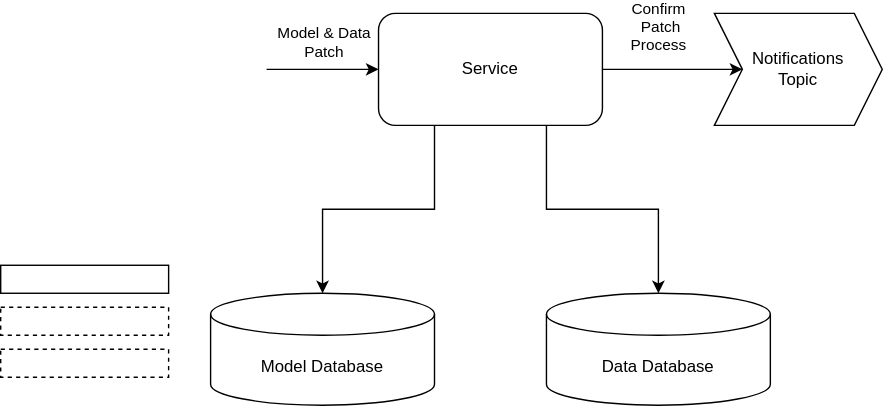
Above: architecture-overview.svg in YuriyGorvitovskiy/state-patch-sql (draw.io), before the change. Source tidied: cells renumbered, new cells last; positions are measured from the earlier drawing's top-left corner, leaving out a move shared by most shapes. Its diagram source:
```xml
<mxGraphModel>
  <root>
    <mxCell id="0" />
    <mxCell id="1" parent="0" />
    <mxCell id="2" value="Data Database" style="shape=cylinder3;whiteSpace=wrap;html=1;boundedLbl=1;backgroundOutline=1;size=15;" parent="1" vertex="1">
      <mxGeometry x="390" y="200" width="160" height="80" as="geometry" />
    </mxCell>
    <mxCell id="3" style="edgeStyle=orthogonalEdgeStyle;rounded=0;jettySize=auto;html=1;exitX=0.25;exitY=1;exitDx=0;exitDy=0;" parent="1" edge="1" source="6" target="10">
      <mxGeometry relative="1" as="geometry" />
    </mxCell>
    <mxCell id="4" style="edgeStyle=orthogonalEdgeStyle;rounded=0;jettySize=auto;html=1;exitX=0.75;exitY=1;exitDx=0;exitDy=0;entryX=0.5;entryY=0;entryDx=0;entryDy=0;entryPerimeter=0;" parent="1" edge="1" source="6" target="2">
      <mxGeometry relative="1" as="geometry" />
    </mxCell>
    <mxCell id="5" value="Confirm&lt;br&gt;&amp;nbsp;Patch &lt;br&gt;Process" style="edgeStyle=orthogonalEdgeStyle;rounded=0;jettySize=auto;html=1;exitX=1;exitY=0.5;exitDx=0;exitDy=0;entryX=0;entryY=0.5;entryDx=0;entryDy=0;" parent="1" edge="1" source="6" target="9">
      <mxGeometry x="-0.2" y="30" relative="1" as="geometry">
        <Array as="points">
          <mxPoint x="480" y="40" />
          <mxPoint x="480" y="40" />
        </Array>
      </mxGeometry>
    </mxCell>
    <mxCell id="6" value="Service" style="rounded=1;whiteSpace=wrap;html=1;" parent="1" vertex="1">
      <mxGeometry x="270" width="160" height="80" as="geometry" />
    </mxCell>
    <mxCell id="7" style="edgeStyle=orthogonalEdgeStyle;rounded=0;jettySize=auto;html=1;exitX=1;exitY=0.5;exitDx=0;exitDy=0;entryX=0;entryY=0.5;entryDx=0;entryDy=0;" parent="1" edge="1" target="6">
      <mxGeometry relative="1" as="geometry">
        <mxPoint x="190" y="40" as="sourcePoint" />
      </mxGeometry>
    </mxCell>
    <mxCell id="8" value="Model &amp;amp; Data&lt;br&gt;Patch" style="edgeLabel;html=1;align=center;verticalAlign=middle;" parent="7" vertex="1">
      <mxGeometry y="-4" relative="1" as="geometry">
        <mxPoint y="-24" as="offset" />
      </mxGeometry>
    </mxCell>
    <mxCell id="9" value="Notifications&lt;br&gt;Topic" style="shape=step;perimeter=stepPerimeter;whiteSpace=wrap;html=1;fixedSize=1;" parent="1" vertex="1">
      <mxGeometry x="510" width="120" height="80" as="geometry" />
    </mxCell>
    <mxCell id="10" value="Model Database" style="shape=cylinder3;whiteSpace=wrap;html=1;boundedLbl=1;backgroundOutline=1;size=15;" parent="1" vertex="1">
      <mxGeometry x="150" y="200" width="160" height="80" as="geometry" />
    </mxCell>
    <mxCell id="11" style="group;" parent="1" vertex="1">
      <mxGeometry y="180" width="120" height="80" as="geometry" />
    </mxCell>
    <mxCell id="12" style="rounded=0;whiteSpace=wrap;html=1;" parent="11" vertex="1">
      <mxGeometry width="120" height="20" as="geometry" />
    </mxCell>
    <mxCell id="13" style="rounded=0;whiteSpace=wrap;html=1;dashed=1;" parent="11" vertex="1">
      <mxGeometry y="30" width="120" height="20" as="geometry" />
    </mxCell>
    <mxCell id="14" style="rounded=0;whiteSpace=wrap;html=1;dashed=1;" parent="11" vertex="1">
      <mxGeometry y="60" width="120" height="20" as="geometry" />
    </mxCell>
  </root>
</mxGraphModel>
```
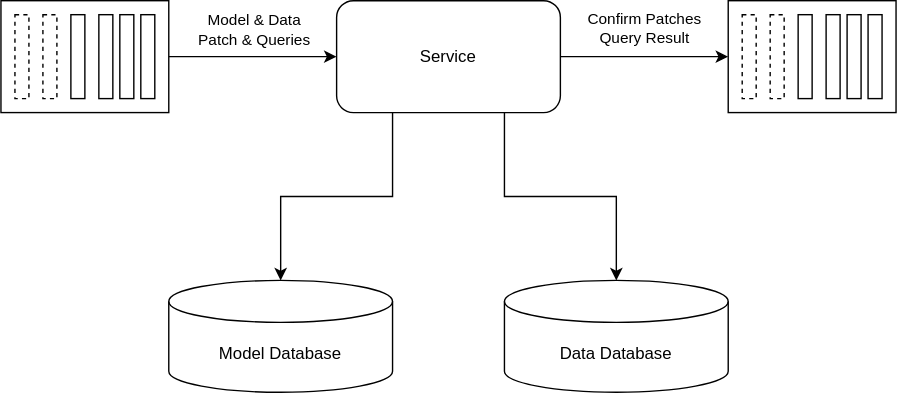
The same file after the commit.

Change to the diagram source:
```diff
@@ -11,44 +11,70 @@
     <mxCell id="4" style="edgeStyle=orthogonalEdgeStyle;rounded=0;jettySize=auto;html=1;exitX=0.75;exitY=1;exitDx=0;exitDy=0;entryX=0.5;entryY=0;entryDx=0;entryDy=0;entryPerimeter=0;" parent="1" edge="1" source="6" target="2">
       <mxGeometry relative="1" as="geometry" />
     </mxCell>
-    <mxCell id="5" value="Confirm&lt;br&gt;&amp;nbsp;Patch &lt;br&gt;Process" style="edgeStyle=orthogonalEdgeStyle;rounded=0;jettySize=auto;html=1;exitX=1;exitY=0.5;exitDx=0;exitDy=0;entryX=0;entryY=0.5;entryDx=0;entryDy=0;" parent="1" edge="1" source="6" target="9">
-      <mxGeometry x="-0.2" y="30" relative="1" as="geometry">
-        <Array as="points">
-          <mxPoint x="480" y="40" />
-          <mxPoint x="480" y="40" />
-        </Array>
-      </mxGeometry>
+    <mxCell id="5" value="Confirm&amp;nbsp;Patches&lt;br&gt;Query Result" style="edgeStyle=orthogonalEdgeStyle;rounded=0;jettySize=auto;html=1;exitX=1;exitY=0.5;exitDx=0;exitDy=0;entryX=0;entryY=0.5;entryDx=0;entryDy=0;" parent="1" edge="1" source="6" target="24">
+      <mxGeometry y="20" relative="1" as="geometry" />
     </mxCell>
     <mxCell id="6" value="Service" style="rounded=1;whiteSpace=wrap;html=1;" parent="1" vertex="1">
       <mxGeometry x="270" width="160" height="80" as="geometry" />
     </mxCell>
-    <mxCell id="7" style="edgeStyle=orthogonalEdgeStyle;rounded=0;jettySize=auto;html=1;exitX=1;exitY=0.5;exitDx=0;exitDy=0;entryX=0;entryY=0.5;entryDx=0;entryDy=0;" parent="1" edge="1" target="6">
-      <mxGeometry relative="1" as="geometry">
-        <mxPoint x="190" y="40" as="sourcePoint" />
-      </mxGeometry>
+    <mxCell id="7" style="edgeStyle=orthogonalEdgeStyle;rounded=0;jettySize=auto;html=1;exitX=1;exitY=0.5;exitDx=0;exitDy=0;entryX=0;entryY=0.5;entryDx=0;entryDy=0;" parent="1" edge="1" source="16" target="6">
+      <mxGeometry relative="1" as="geometry" />
     </mxCell>
-    <mxCell id="8" value="Model &amp;amp; Data&lt;br&gt;Patch" style="edgeLabel;html=1;align=center;verticalAlign=middle;" parent="7" vertex="1">
+    <mxCell id="8" value="Model &amp;amp; Data&lt;br&gt;Patch &amp;amp; Queries" style="edgeLabel;html=1;align=center;verticalAlign=middle;" parent="7" vertex="1">
       <mxGeometry y="-4" relative="1" as="geometry">
         <mxPoint y="-24" as="offset" />
       </mxGeometry>
     </mxCell>
-    <mxCell id="9" value="Notifications&lt;br&gt;Topic" style="shape=step;perimeter=stepPerimeter;whiteSpace=wrap;html=1;fixedSize=1;" parent="1" vertex="1">
-      <mxGeometry x="510" width="120" height="80" as="geometry" />
-    </mxCell>
     <mxCell id="10" value="Model Database" style="shape=cylinder3;whiteSpace=wrap;html=1;boundedLbl=1;backgroundOutline=1;size=15;" parent="1" vertex="1">
       <mxGeometry x="150" y="200" width="160" height="80" as="geometry" />
     </mxCell>
-    <mxCell id="11" style="group;" parent="1" vertex="1">
-      <mxGeometry y="180" width="120" height="80" as="geometry" />
-    </mxCell>
-    <mxCell id="12" style="rounded=0;whiteSpace=wrap;html=1;" parent="11" vertex="1">
-      <mxGeometry width="120" height="20" as="geometry" />
-    </mxCell>
-    <mxCell id="13" style="rounded=0;whiteSpace=wrap;html=1;dashed=1;" parent="11" vertex="1">
-      <mxGeometry y="30" width="120" height="20" as="geometry" />
-    </mxCell>
-    <mxCell id="14" style="rounded=0;whiteSpace=wrap;html=1;dashed=1;" parent="11" vertex="1">
-      <mxGeometry y="60" width="120" height="20" as="geometry" />
-    </mxCell>
+    <mxCell id="15" style="group;" parent="1" vertex="1">
+      <mxGeometry x="30" width="120" height="80" as="geometry" />
+    </mxCell>
+    <mxCell id="16" style="rounded=0;whiteSpace=wrap;html=1;" parent="15" vertex="1">
+      <mxGeometry width="120" height="80" as="geometry" />
+    </mxCell>
+    <mxCell id="17" style="rounded=0;whiteSpace=wrap;html=1;" parent="15" vertex="1">
+      <mxGeometry x="50" y="10" width="10" height="60" as="geometry" />
+    </mxCell>
+    <mxCell id="18" style="rounded=0;whiteSpace=wrap;html=1;dashed=1;" parent="15" vertex="1">
+      <mxGeometry x="10" y="10" width="10" height="60" as="geometry" />
+    </mxCell>
+    <mxCell id="19" style="rounded=0;whiteSpace=wrap;html=1;" parent="15" vertex="1">
+      <mxGeometry x="85" y="10" width="10" height="60" as="geometry" />
+    </mxCell>
+    <mxCell id="20" style="rounded=0;whiteSpace=wrap;html=1;" parent="15" vertex="1">
+      <mxGeometry x="100" y="10" width="10" height="60" as="geometry" />
+    </mxCell>
+    <mxCell id="21" style="rounded=0;whiteSpace=wrap;html=1;" parent="15" vertex="1">
+      <mxGeometry x="70" y="10" width="10" height="60" as="geometry" />
+    </mxCell>
+    <mxCell id="22" style="rounded=0;whiteSpace=wrap;html=1;dashed=1;" parent="15" vertex="1">
+      <mxGeometry x="30" y="10" width="10" height="60" as="geometry" />
+    </mxCell>
+    <mxCell id="23" style="group;" parent="1" vertex="1">
+      <mxGeometry x="550" width="120" height="80" as="geometry" />
+    </mxCell>
+    <mxCell id="24" style="rounded=0;whiteSpace=wrap;html=1;" parent="23" vertex="1">
+      <mxGeometry width="120" height="80" as="geometry" />
+    </mxCell>
+    <mxCell id="25" style="rounded=0;whiteSpace=wrap;html=1;" parent="23" vertex="1">
+      <mxGeometry x="50" y="10" width="10" height="60" as="geometry" />
+    </mxCell>
+    <mxCell id="26" style="rounded=0;whiteSpace=wrap;html=1;dashed=1;" parent="23" vertex="1">
+      <mxGeometry x="10" y="10" width="10" height="60" as="geometry" />
+    </mxCell>
+    <mxCell id="27" style="rounded=0;whiteSpace=wrap;html=1;" parent="23" vertex="1">
+      <mxGeometry x="85" y="10" width="10" height="60" as="geometry" />
+    </mxCell>
+    <mxCell id="28" style="rounded=0;whiteSpace=wrap;html=1;" parent="23" vertex="1">
+      <mxGeometry x="100" y="10" width="10" height="60" as="geometry" />
+    </mxCell>
+    <mxCell id="29" style="rounded=0;whiteSpace=wrap;html=1;" parent="23" vertex="1">
+      <mxGeometry x="70" y="10" width="10" height="60" as="geometry" />
+    </mxCell>
+    <mxCell id="30" style="rounded=0;whiteSpace=wrap;html=1;dashed=1;" parent="23" vertex="1">
+      <mxGeometry x="30" y="10" width="10" height="60" as="geometry" />
+    </mxCell>
   </root>
 </mxGraphModel>
```
